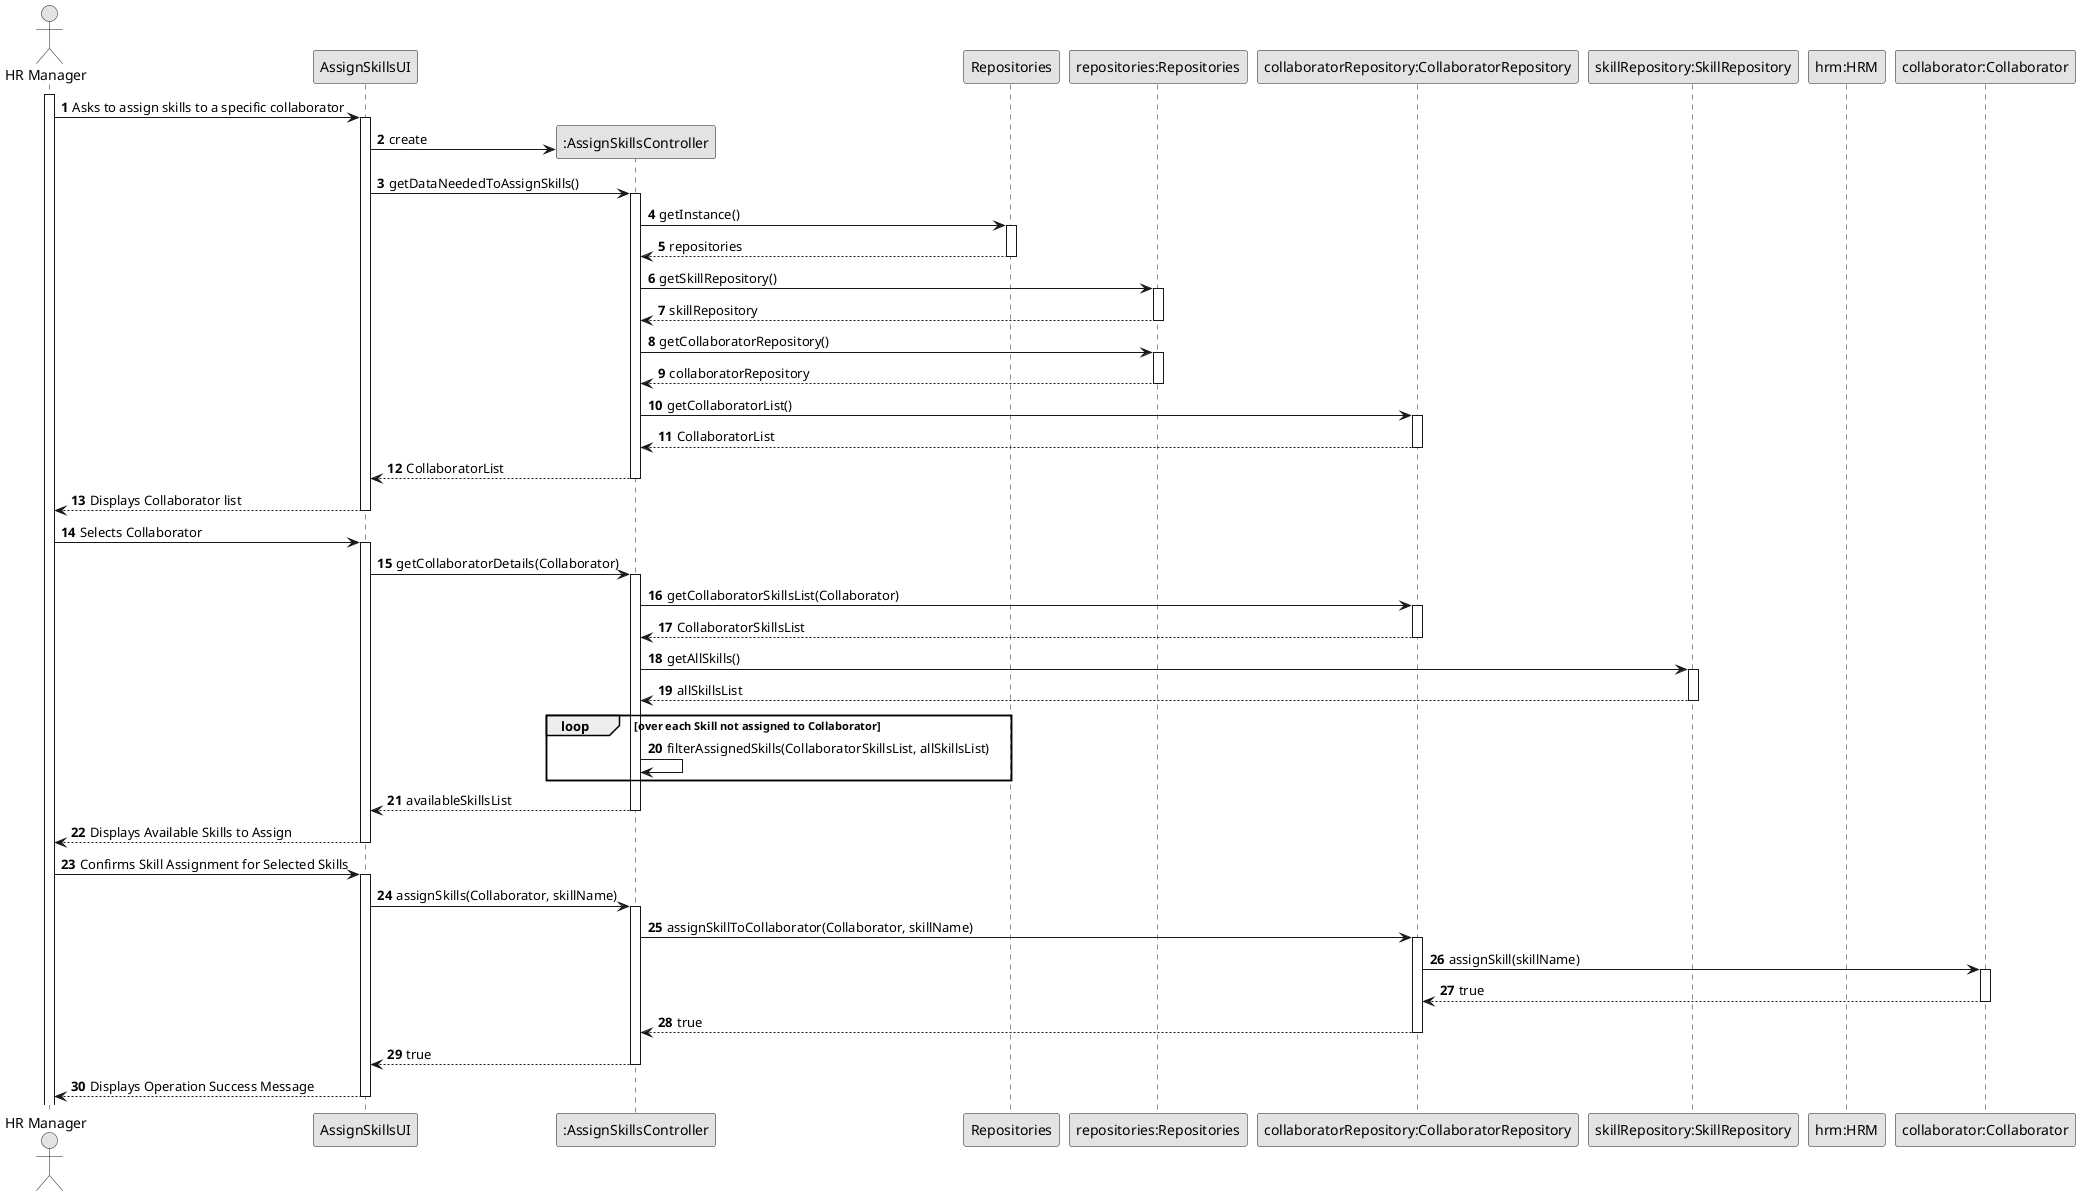
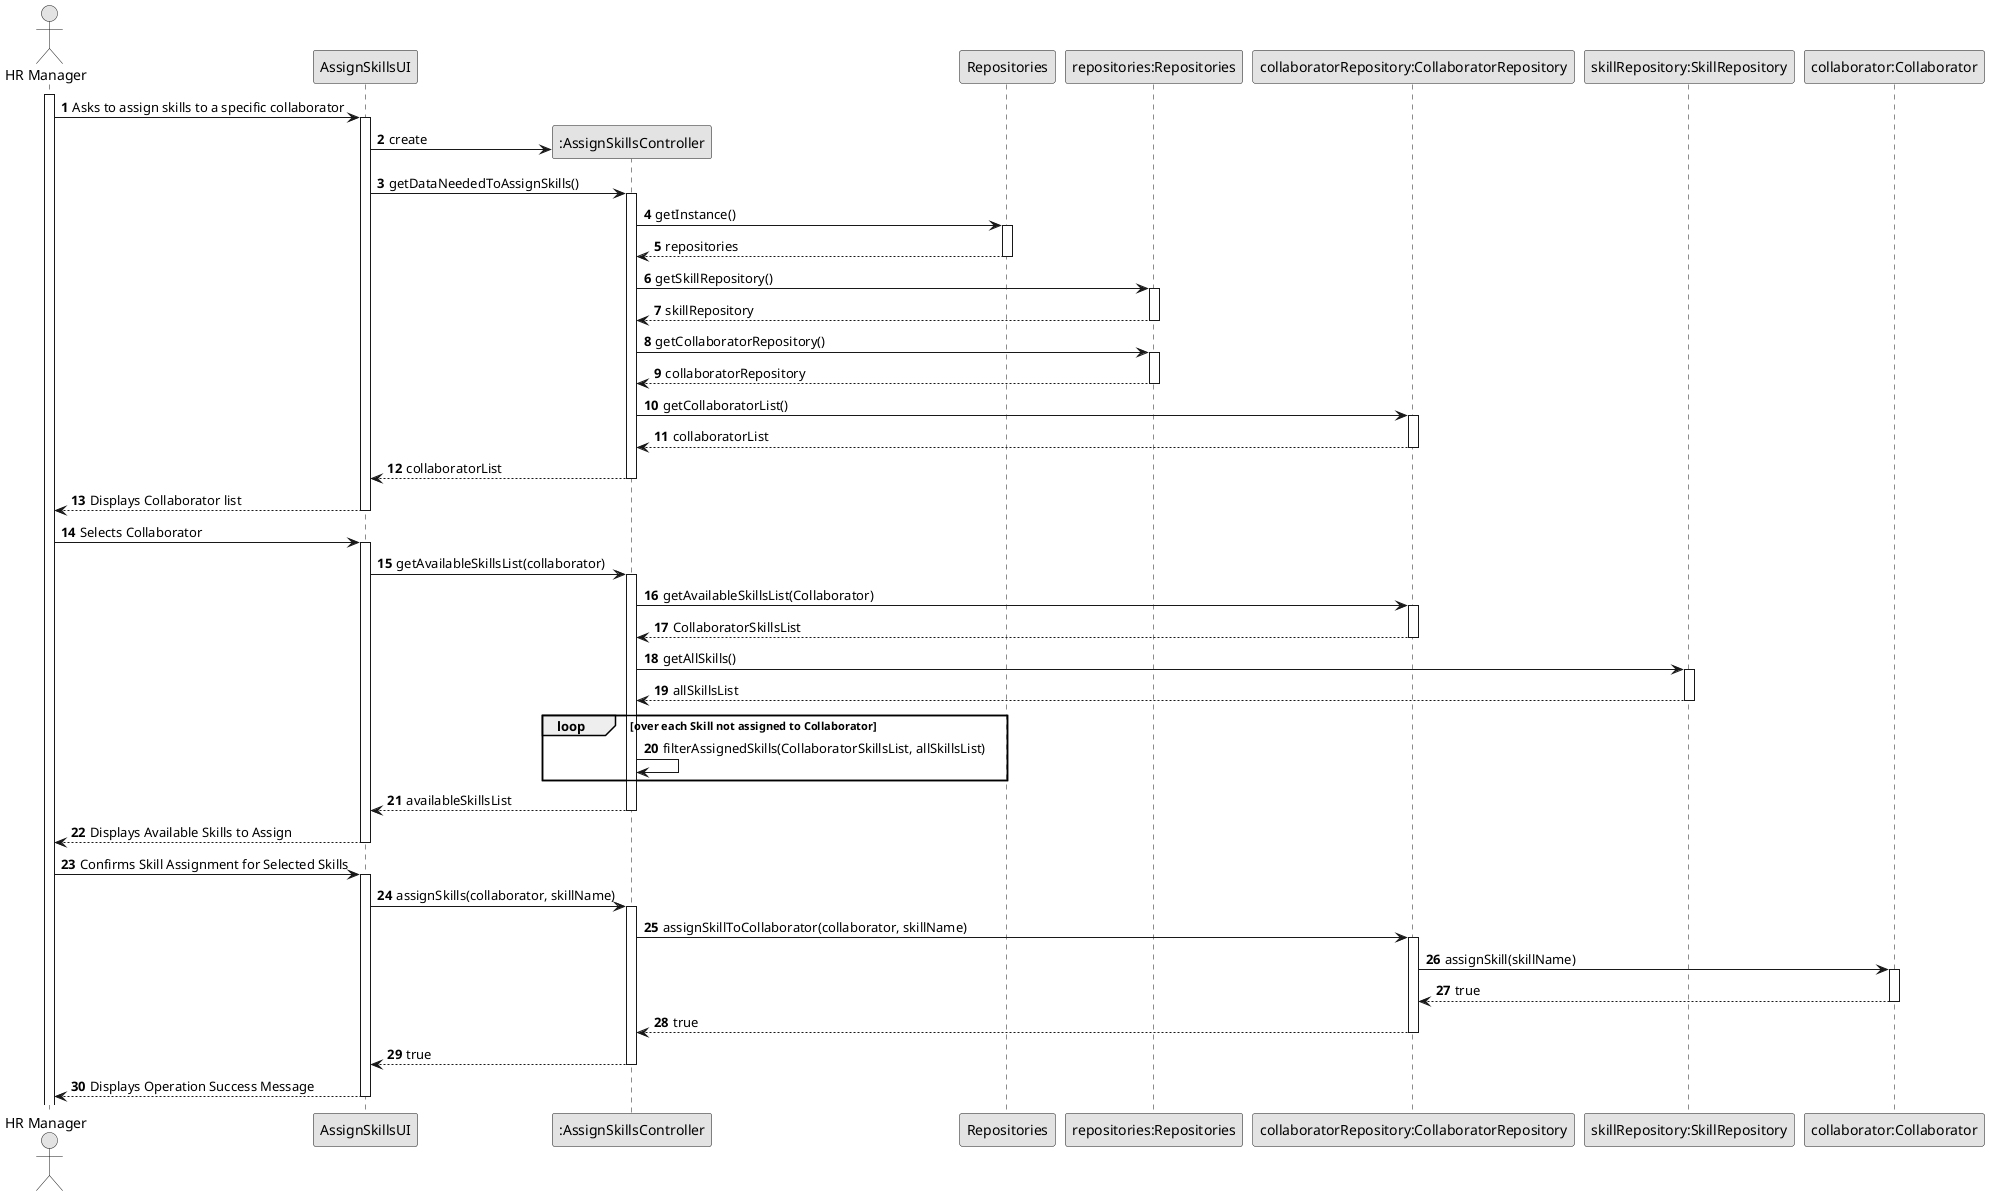
@startuml
skinparam monochrome true
skinparam packageStyle rectangle
skinparam shadowing false

autonumber

actor "HR Manager" as HRManager
participant "AssignSkillsUI" as UI
participant ":AssignSkillsController" as Controller

participant "Repositories" as Repos
participant "repositories:Repositories" as reposRepos
participant "collaboratorRepository:CollaboratorRepository" as EmpRepo
participant "skillRepository:SkillRepository" as SkillRepo

- participant "hrm:HRM" as HRM
participant "collaborator:Collaborator" as Collaborator

activate HRManager

HRManager -> UI : Asks to assign skills to a specific collaborator
activate UI

UI -> Controller** : create

UI -> Controller : getDataNeededToAssignSkills()
activate Controller

Controller -> Repos : getInstance()
activate Repos

Repos --> Controller : repositories
deactivate Repos

Controller -> reposRepos : getSkillRepository()
activate reposRepos

reposRepos --> Controller : skillRepository
deactivate reposRepos

Controller -> reposRepos : getCollaboratorRepository()
activate reposRepos

reposRepos --> Controller : collaboratorRepository
deactivate reposRepos

Controller -> EmpRepo : getCollaboratorList()
activate EmpRepo

- EmpRepo --> Controller : CollaboratorList
+ EmpRepo --> Controller : collaboratorList
deactivate EmpRepo

- Controller --> UI : CollaboratorList
+ Controller --> UI : collaboratorList
deactivate Controller


UI --> HRManager : Displays Collaborator list
deactivate UI

HRManager -> UI : Selects Collaborator
activate UI

- UI -> Controller : getCollaboratorDetails(Collaborator)
+ UI -> Controller : getAvailableSkillsList(collaborator)
activate Controller

- Controller -> EmpRepo : getCollaboratorSkillsList(Collaborator)
+ Controller -> EmpRepo : getAvailableSkillsList(Collaborator)
activate EmpRepo

EmpRepo --> Controller : CollaboratorSkillsList
deactivate EmpRepo

Controller -> SkillRepo : getAllSkills()
activate SkillRepo

SkillRepo --> Controller : allSkillsList
deactivate SkillRepo

loop over each Skill not assigned to Collaborator
    Controller -> Controller : filterAssignedSkills(CollaboratorSkillsList, allSkillsList)
end

Controller --> UI : availableSkillsList
deactivate Controller

UI --> HRManager : Displays Available Skills to Assign
deactivate UI

HRManager -> UI : Confirms Skill Assignment for Selected Skills
activate UI

- UI -> Controller : assignSkills(Collaborator, skillName)
+ UI -> Controller : assignSkills(collaborator, skillName)
activate Controller

- Controller -> EmpRepo : assignSkillToCollaborator(Collaborator, skillName)
+ Controller -> EmpRepo : assignSkillToCollaborator(collaborator, skillName)
activate EmpRepo


EmpRepo -> Collaborator : assignSkill(skillName)
activate Collaborator

Collaborator --> EmpRepo : true
deactivate Collaborator


EmpRepo --> Controller : true
deactivate EmpRepo

Controller --> UI : true
deactivate Controller

UI --> HRManager : Displays Operation Success Message
deactivate UI


@enduml
